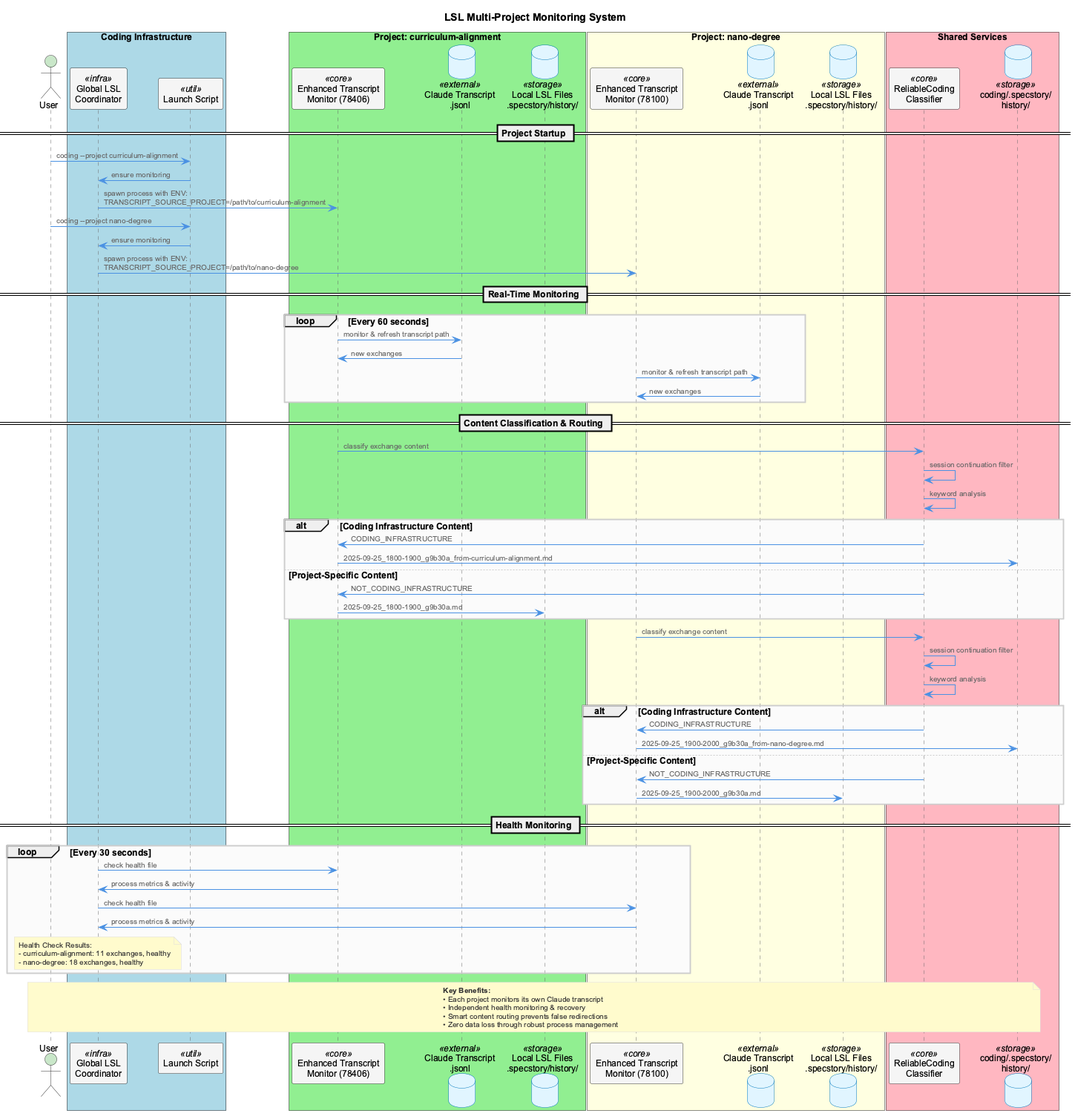
Earlier version of the PlantUML export docs-content/images/lsl-multi-project-architecture.png (fwornle/coding). The source it was exported from:
```plantuml
@startuml lsl-multi-project-architecture
!include _standard-style.puml

title LSL Multi-Project Monitoring System

!define RECTANGLE class

actor "User" as user
box "Coding Infrastructure" #LightBlue
  participant "Global LSL\nCoordinator" as glc <<infra>>
  participant "Launch Script" as launch <<util>>
end box

box "Project: curriculum-alignment" #LightGreen
  participant "Enhanced Transcript\nMonitor (78406)" as etm1 <<core>>
  database "Claude Transcript\n.jsonl" as trans1 <<external>>
  database "Local LSL Files\n.specstory/history/" as lsl1 <<storage>>
end box

box "Project: nano-degree" #LightYellow
  participant "Enhanced Transcript\nMonitor (78100)" as etm2 <<core>>
  database "Claude Transcript\n.jsonl" as trans2 <<external>>
  database "Local LSL Files\n.specstory/history/" as lsl2 <<storage>>
end box

box "Shared Services" #LightPink
  participant "ReliableCoding\nClassifier" as rcc <<core>>
  database "coding/.specstory/\nhistory/" as coding_lsl <<storage>>
end box

== Project Startup ==
user -> launch : coding --project curriculum-alignment
launch -> glc : ensure monitoring
glc -> etm1 : spawn process with ENV:\nTRANSCRIPT_SOURCE_PROJECT=/path/to/curriculum-alignment

user -> launch : coding --project nano-degree
launch -> glc : ensure monitoring
glc -> etm2 : spawn process with ENV:\nTRANSCRIPT_SOURCE_PROJECT=/path/to/nano-degree

== Real-Time Monitoring ==
loop Every 60 seconds
  etm1 -> trans1 : monitor & refresh transcript path
  trans1 -> etm1 : new exchanges

  etm2 -> trans2 : monitor & refresh transcript path
  trans2 -> etm2 : new exchanges
end

== Content Classification & Routing ==
etm1 -> rcc : classify exchange content
rcc -> rcc : session continuation filter
rcc -> rcc : keyword analysis
alt Coding Infrastructure Content
  rcc -> etm1 : CODING_INFRASTRUCTURE
  etm1 -> coding_lsl : 2025-09-25_1800-1900_g9b30a_from-curriculum-alignment.md
else Project-Specific Content
  rcc -> etm1 : NOT_CODING_INFRASTRUCTURE
  etm1 -> lsl1 : 2025-09-25_1800-1900_g9b30a.md
end

etm2 -> rcc : classify exchange content
rcc -> rcc : session continuation filter
rcc -> rcc : keyword analysis
alt Coding Infrastructure Content
  rcc -> etm2 : CODING_INFRASTRUCTURE
  etm2 -> coding_lsl : 2025-09-25_1900-2000_g9b30a_from-nano-degree.md
else Project-Specific Content
  rcc -> etm2 : NOT_CODING_INFRASTRUCTURE
  etm2 -> lsl2 : 2025-09-25_1900-2000_g9b30a.md
end

== Health Monitoring ==
loop Every 30 seconds
  glc -> etm1 : check health file
  etm1 -> glc : process metrics & activity
  glc -> etm2 : check health file
  etm2 -> glc : process metrics & activity

  note over glc
    Health Check Results:
    - curriculum-alignment: 11 exchanges, healthy
    - nano-degree: 18 exchanges, healthy
  end note
end

note over user, coding_lsl
  **Key Benefits:**
  • Each project monitors its own Claude transcript
  • Independent health monitoring & recovery
  • Smart content routing prevents false redirections
  • Zero data loss through robust process management
end note

@enduml
```
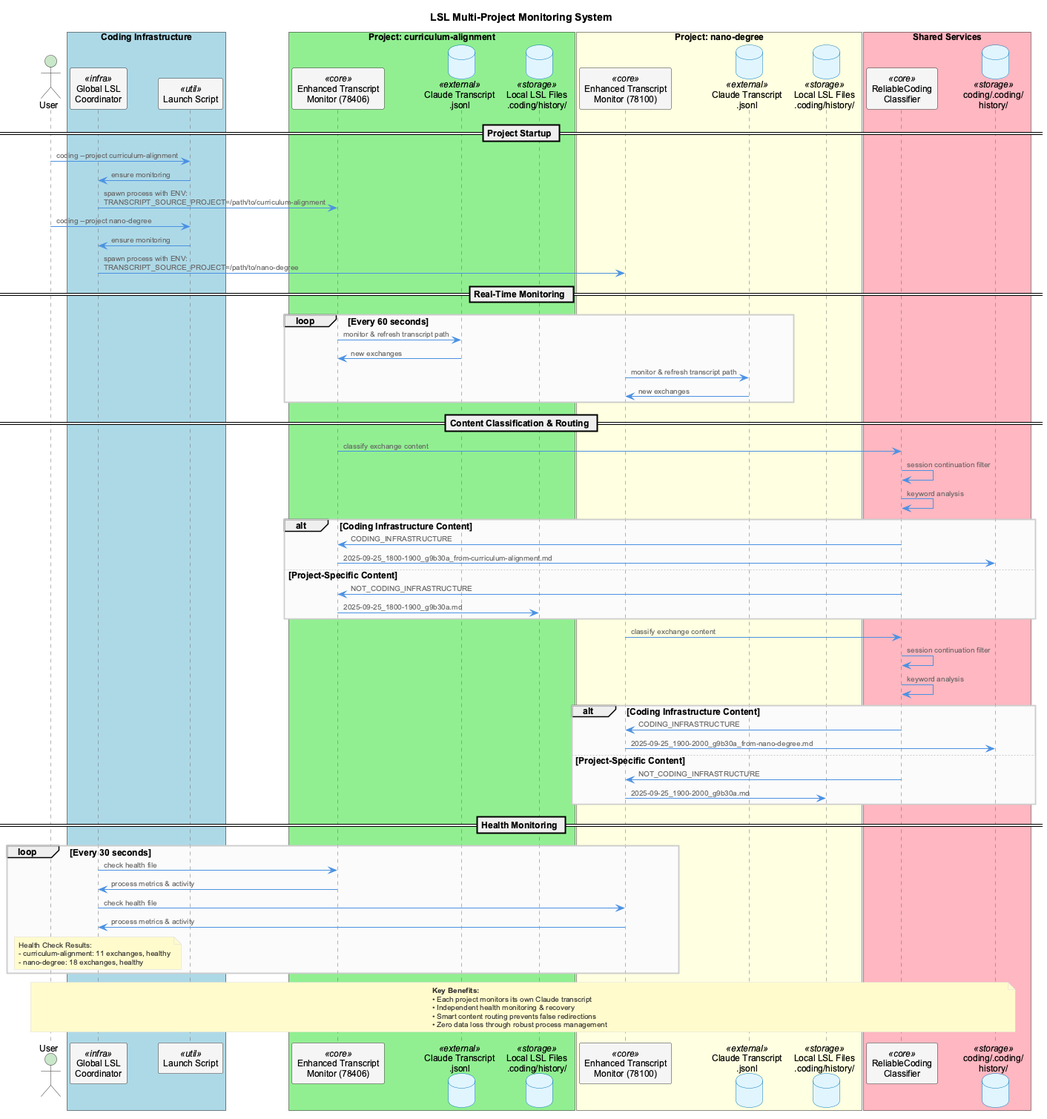
Later version of the same file.

Diff of the diagram source:
```diff
@@ -14,18 +14,18 @@
 box "Project: curriculum-alignment" #LightGreen
   participant "Enhanced Transcript\nMonitor (78406)" as etm1 <<core>>
   database "Claude Transcript\n.jsonl" as trans1 <<external>>
-  database "Local LSL Files\n.specstory/history/" as lsl1 <<storage>>
+  database "Local LSL Files\n.coding/history/" as lsl1 <<storage>>
 end box
 
 box "Project: nano-degree" #LightYellow
   participant "Enhanced Transcript\nMonitor (78100)" as etm2 <<core>>
   database "Claude Transcript\n.jsonl" as trans2 <<external>>
-  database "Local LSL Files\n.specstory/history/" as lsl2 <<storage>>
+  database "Local LSL Files\n.coding/history/" as lsl2 <<storage>>
 end box
 
 box "Shared Services" #LightPink
   participant "ReliableCoding\nClassifier" as rcc <<core>>
-  database "coding/.specstory/\nhistory/" as coding_lsl <<storage>>
+  database "coding/.coding/\nhistory/" as coding_lsl <<storage>>
 end box
 
 == Project Startup ==
```
